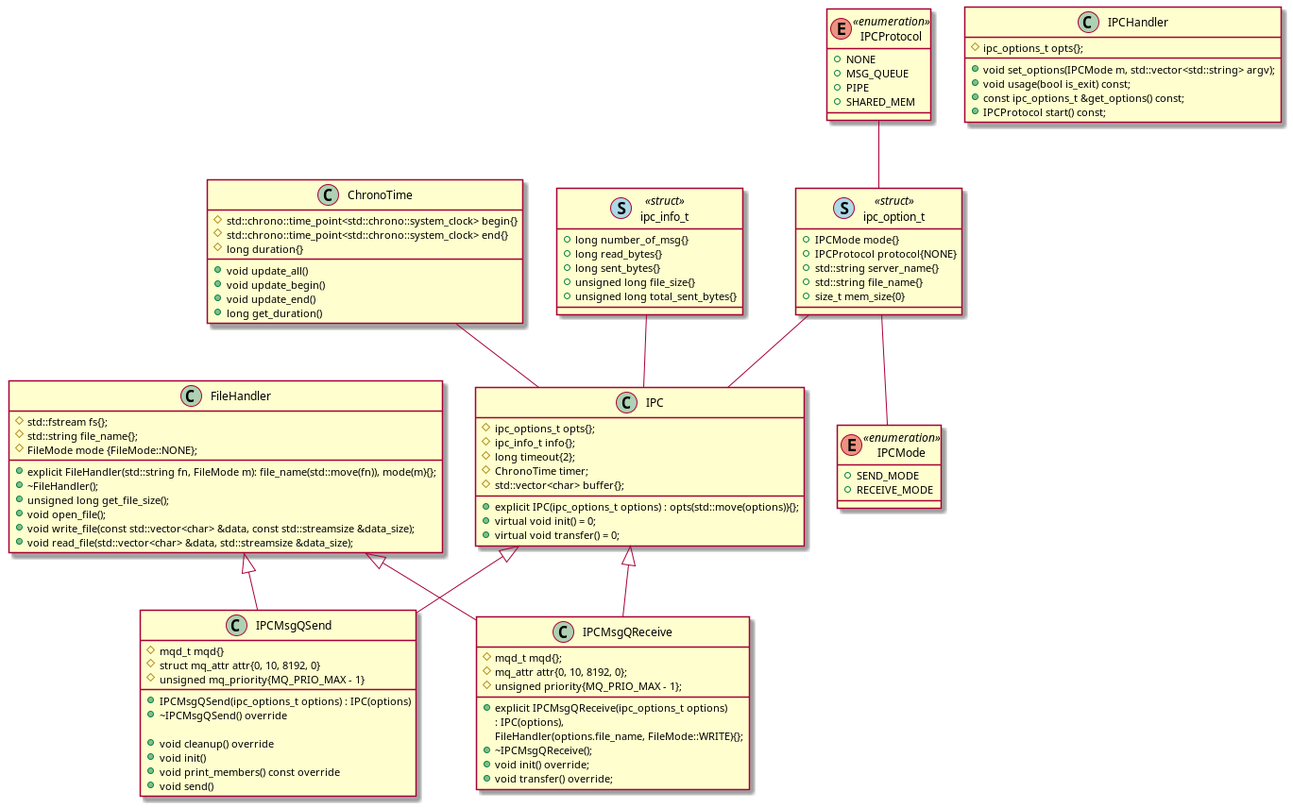
This is uml/current_implementation.png from baovu-unikie/file_transfer_cpp, a PlantUML export, as it was before one commit.
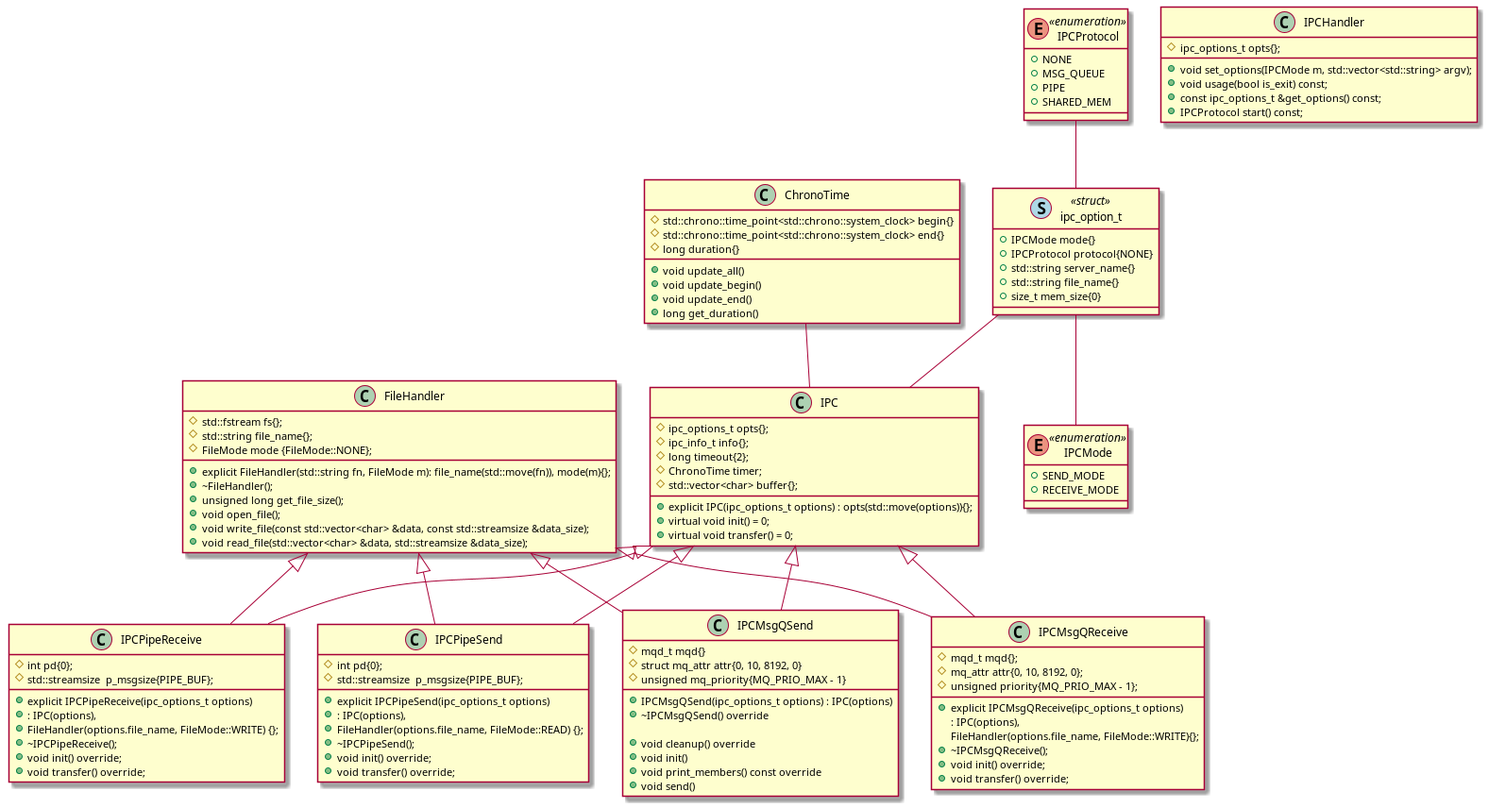
After the commit.

Change to the diagram source:
```diff
@@ -56,12 +56,53 @@
 	# mqd_t mqd{};
 	# mq_attr attr{0, 10, 8192, 0};
 	# unsigned priority{MQ_PRIO_MAX - 1};
+
 	+ explicit IPCMsgQReceive(ipc_options_t options)
 	 	: IPC(options),
 	 	  FileHandler(options.file_name, FileMode::WRITE){};
 	+ ~IPCMsgQReceive();
 	+ void init() override;
 	+ void transfer() override;
+}
+
+class IPCPipeReceive
+{
+	# int pd{0};
+	# std::streamsize  p_msgsize{PIPE_BUF};
+
+	+ explicit IPCPipeReceive(ipc_options_t options)
+	+ : IPC(options),
+	+ FileHandler(options.file_name, FileMode::WRITE) {};
+	+ ~IPCPipeReceive();
+	+ void init() override;
+	+ void transfer() override;
+
+}
+
+class IPCPipeSend
+{
+	# int pd{0};
+	# std::streamsize  p_msgsize{PIPE_BUF};
+
+	+ explicit IPCPipeSend(ipc_options_t options)
+	+ : IPC(options),
+	+ FileHandler(options.file_name, FileMode::READ) {};
+	+ ~IPCPipeSend();
+	+ void init() override;
+	+ void transfer() override;
+}
+
+
+class ChronoTime
+{
+	# std::chrono::time_point<std::chrono::system_clock> begin{}
+	# std::chrono::time_point<std::chrono::system_clock> end{}
+	# long duration{}
+
+	+ void update_all()
+	+ void update_begin()
+	+ void update_end()
+	+ long get_duration()
 }
 
 enum IPCProtocol<<enumeration>>
@@ -87,37 +128,19 @@
 	+ size_t mem_size{0}
 }
 
-class ipc_info_t << (S,lightblue) struct>>
-{
-	+ long number_of_msg{}
-	+ long read_bytes{}
-	+ long sent_bytes{}
-	+ unsigned long file_size{}
-	+ unsigned long total_sent_bytes{}
-}
-
-class ChronoTime
-{
-	# std::chrono::time_point<std::chrono::system_clock> begin{}
-	# std::chrono::time_point<std::chrono::system_clock> end{}
-	# long duration{}
-
-	+ void update_all()
-	+ void update_begin()
-	+ void update_end()
-	+ long get_duration()
-}
-
 IPC <|-- IPCMsgQSend
 FileHandler <|-- IPCMsgQSend
-
 IPC <|-- IPCMsgQReceive
 FileHandler <|-- IPCMsgQReceive
+
+IPC <|-- IPCPipeSend
+FileHandler <|-- IPCPipeSend
+IPC <|-- IPCPipeReceive
+FileHandler <|-- IPCPipeReceive
 
 IPCProtocol -- ipc_option_t
 ipc_option_t -- IPC
 ipc_option_t -- IPCMode
-ipc_info_t --  IPC
 ChronoTime -- IPC
 
 @enduml
```
